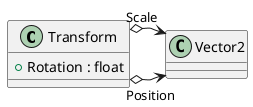
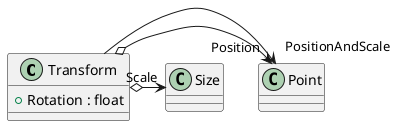
@startuml
class Transform {
    + Rotation : float
}
- Transform o-> "Position" Vector2
- Transform o-> "Scale" Vector2
+ Transform o-> "Position" Point
+ Transform o-> "Scale" Size
+ Transform --> "PositionAndScale" Point
@enduml
